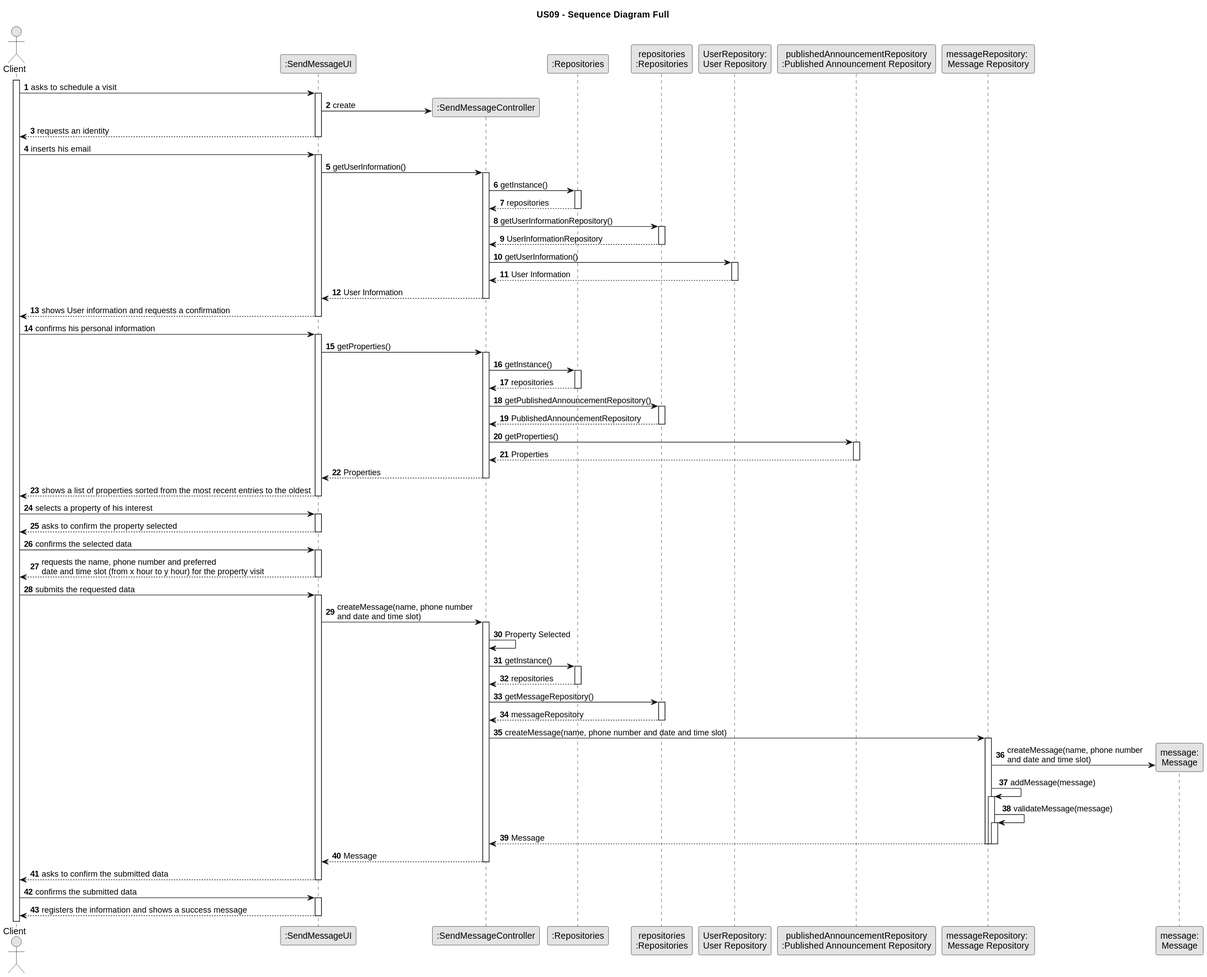
Above: docs/sprintC/US09/03.design/svg/us09-sequence-diagram-full.svg in PureNimble/ISEP-LAPR2 (PlantUML), before the change.
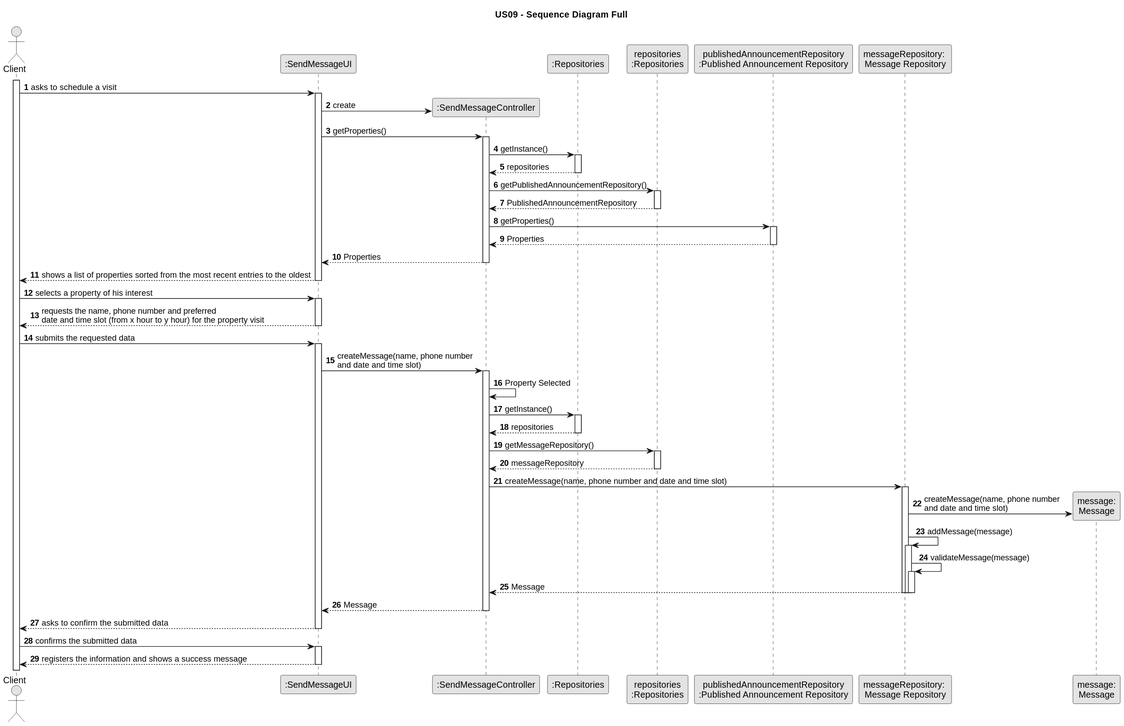
The same file after the commit.

Diff of the diagram source:
```diff
@@ -12,7 +12,6 @@
 participant ":SendMessageController" as CTRL
 participant ":Repositories" as Repository
 participant "repositories\n:Repositories" as Repository2
-participant "UserRepository:\nUser Repository" as UserRepository
 participant "publishedAnnouncementRepository\n:Published Announcement Repository" as publishedAnnouncementRepository
 participant "messageRepository: \nMessage Repository" as messageRepository
 participant "message:\nMessage" as message
@@ -25,46 +24,6 @@
         activate UI
 
         UI -> CTRL** : create
-    UI --> Client : requests an identity
-        deactivate UI
-
-    Client -> UI : inserts his email
-        activate UI
-
-        UI -> CTRL : getUserInformation()
-
-            activate CTRL
-
-            CTRL -> Repository : getInstance()
-                activate Repository
-
-            Repository --> CTRL : repositories
-                deactivate Repository
-
-            CTRL -> Repository2 : getUserInformationRepository()
-                activate Repository2
-
-            Repository2 --> CTRL : UserInformationRepository
-                deactivate Repository2
-
-            CTRL -> UserRepository : getUserInformation()
-
-                activate UserRepository
-
-            UserRepository --> CTRL : User Information
-
-                deactivate UserRepository
-
-        CTRL --> UI : User Information
-
-            deactivate CTRL
-
-
-    UI --> Client : shows User information and requests a confirmation
-        deactivate UI
-
-    Client -> UI : confirms his personal information
-        activate UI
 
         UI -> CTRL : getProperties()
             activate CTRL
@@ -101,11 +60,6 @@
 
 
 
-    UI --> Client: asks to confirm the property selected
-        deactivate UI
-
-    Client -> UI: confirms the selected data
-        activate UI
 
     UI --> Client: requests the name, phone number and preferred \ndate and time slot (from x hour to y hour) for the property visit
         deactivate UI
```
